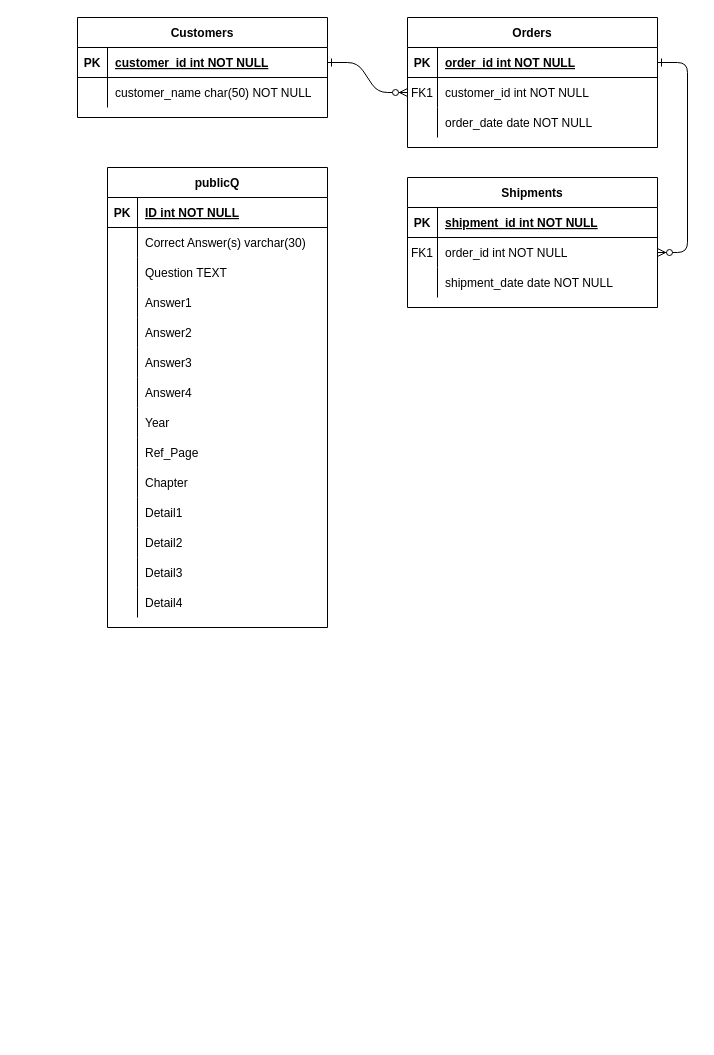
The draw.io diagram model/NahootDB_ER_model.drawio in luckypig3400/Medical_Information_Manager_License_Past_Quiz, before the edit. Source tidied: cells renumbered, new cells numbered last; positions are measured from the earlier drawing's top-left corner, leaving out a move shared by most shapes. Both pictures are drawn from the tidied source at 100%, with x=0, y=0 at pixel (77, 17).
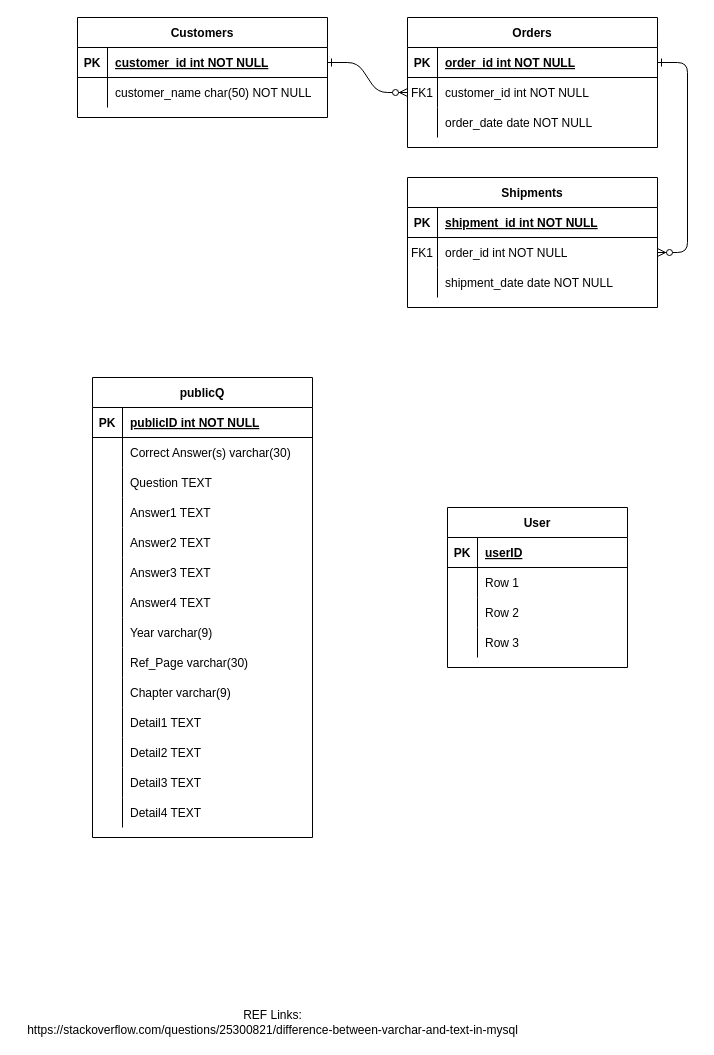
Above is the later version.

Commit message:
Update ER model publicQ table

The change refers to these unchanged cells:
```xml
<mxCell id="32" style="shape=partialRectangle;fillColor=none;top=0;left=0;bottom=1;right=0;" parent="31" vertex="1">
  <mxGeometry y="30" width="220" height="30" as="geometry" />
</mxCell>
<mxCell id="41" style="shape=partialRectangle;fillColor=none;top=0;left=0;bottom=0;right=0;" parent="31" vertex="1">
  <mxGeometry y="120" width="220" height="30" as="geometry" />
</mxCell>
<mxCell id="44" style="shape=partialRectangle;fillColor=none;top=0;left=0;bottom=0;right=0;" parent="31" vertex="1">
  <mxGeometry y="150" width="220" height="30" as="geometry" />
</mxCell>
<mxCell id="47" style="shape=partialRectangle;fillColor=none;top=0;left=0;bottom=0;right=0;" parent="31" vertex="1">
  <mxGeometry y="180" width="220" height="30" as="geometry" />
</mxCell>
<mxCell id="50" style="shape=partialRectangle;fillColor=none;top=0;left=0;bottom=0;right=0;" parent="31" vertex="1">
  <mxGeometry y="210" width="220" height="30" as="geometry" />
</mxCell>
<mxCell id="53" style="shape=partialRectangle;fillColor=none;top=0;left=0;bottom=0;right=0;" parent="31" vertex="1">
  <mxGeometry y="240" width="220" height="30" as="geometry" />
</mxCell>
<mxCell id="56" style="shape=partialRectangle;fillColor=none;top=0;left=0;bottom=0;right=0;" parent="31" vertex="1">
  <mxGeometry y="270" width="220" height="30" as="geometry" />
</mxCell>
<mxCell id="59" style="shape=partialRectangle;fillColor=none;top=0;left=0;bottom=0;right=0;" parent="31" vertex="1">
  <mxGeometry y="300" width="220" height="30" as="geometry" />
</mxCell>
<mxCell id="62" style="shape=partialRectangle;fillColor=none;top=0;left=0;bottom=0;right=0;" parent="31" vertex="1">
  <mxGeometry y="330" width="220" height="30" as="geometry" />
</mxCell>
<mxCell id="65" style="shape=partialRectangle;fillColor=none;top=0;left=0;bottom=0;right=0;" parent="31" vertex="1">
  <mxGeometry y="360" width="220" height="30" as="geometry" />
</mxCell>
<mxCell id="68" style="shape=partialRectangle;fillColor=none;top=0;left=0;bottom=0;right=0;" parent="31" vertex="1">
  <mxGeometry y="390" width="220" height="30" as="geometry" />
</mxCell>
<mxCell id="71" style="shape=partialRectangle;fillColor=none;top=0;left=0;bottom=0;right=0;" parent="31" vertex="1">
  <mxGeometry y="420" width="220" height="30" as="geometry" />
</mxCell>
```

Diff of the diagram source:
```diff
@@
     <mxCell id="31" value="publicQ" style="shape=table;startSize=30;childLayout=tableLayout;rowLines=0;fontStyle=1;align=center;" parent="1" vertex="1">
-      <mxGeometry x="30" y="150" width="220" height="460" as="geometry" />
+      <mxGeometry x="15" y="360" width="220" height="460" as="geometry" />
     </mxCell>
@@
-    <mxCell id="34" value="ID int NOT NULL" style="shape=partialRectangle;fillColor=none;top=0;left=0;bottom=0;right=0;align=left;spacingLeft=6;fontStyle=5;overflow=hidden;" parent="32" vertex="1">
+    <mxCell id="34" value="publicID int NOT NULL" style="shape=partialRectangle;fillColor=none;top=0;left=0;bottom=0;right=0;align=left;spacingLeft=6;fontStyle=5;overflow=hidden;" parent="32" vertex="1">
       <mxGeometry x="30" width="190" height="30" as="geometry" />
     </mxCell>
@@
-    <mxCell id="43" value="Answer1" style="shape=partialRectangle;fillColor=none;top=0;left=0;bottom=0;right=0;align=left;spacingLeft=6;overflow=hidden;" parent="41" vertex="1">
+    <mxCell id="43" value="Answer1 TEXT" style="shape=partialRectangle;fillColor=none;top=0;left=0;bottom=0;right=0;align=left;spacingLeft=6;overflow=hidden;" parent="41" vertex="1">
       <mxGeometry x="30" width="190" height="30" as="geometry" />
     </mxCell>
@@
-    <mxCell id="46" value="Answer2" style="shape=partialRectangle;fillColor=none;top=0;left=0;bottom=0;right=0;align=left;spacingLeft=6;overflow=hidden;" parent="44" vertex="1">
+    <mxCell id="46" value="Answer2 TEXT" style="shape=partialRectangle;fillColor=none;top=0;left=0;bottom=0;right=0;align=left;spacingLeft=6;overflow=hidden;" parent="44" vertex="1">
       <mxGeometry x="30" width="190" height="30" as="geometry" />
     </mxCell>
@@
-    <mxCell id="49" value="Answer3" style="shape=partialRectangle;fillColor=none;top=0;left=0;bottom=0;right=0;align=left;spacingLeft=6;overflow=hidden;" parent="47" vertex="1">
+    <mxCell id="49" value="Answer3 TEXT" style="shape=partialRectangle;fillColor=none;top=0;left=0;bottom=0;right=0;align=left;spacingLeft=6;overflow=hidden;" parent="47" vertex="1">
       <mxGeometry x="30" width="190" height="30" as="geometry" />
     </mxCell>
@@
-    <mxCell id="52" value="Answer4" style="shape=partialRectangle;fillColor=none;top=0;left=0;bottom=0;right=0;align=left;spacingLeft=6;overflow=hidden;" parent="50" vertex="1">
+    <mxCell id="52" value="Answer4 TEXT" style="shape=partialRectangle;fillColor=none;top=0;left=0;bottom=0;right=0;align=left;spacingLeft=6;overflow=hidden;" parent="50" vertex="1">
       <mxGeometry x="30" width="190" height="30" as="geometry" />
     </mxCell>
@@
-    <mxCell id="55" value="Year" style="shape=partialRectangle;fillColor=none;top=0;left=0;bottom=0;right=0;align=left;spacingLeft=6;overflow=hidden;" parent="53" vertex="1">
+    <mxCell id="55" value="Year varchar(9)" style="shape=partialRectangle;fillColor=none;top=0;left=0;bottom=0;right=0;align=left;spacingLeft=6;overflow=hidden;" parent="53" vertex="1">
       <mxGeometry x="30" width="190" height="30" as="geometry" />
     </mxCell>
@@
-    <mxCell id="58" value="Ref_Page" style="shape=partialRectangle;fillColor=none;top=0;left=0;bottom=0;right=0;align=left;spacingLeft=6;overflow=hidden;" parent="56" vertex="1">
+    <mxCell id="58" value="Ref_Page varchar(30)" style="shape=partialRectangle;fillColor=none;top=0;left=0;bottom=0;right=0;align=left;spacingLeft=6;overflow=hidden;" parent="56" vertex="1">
       <mxGeometry x="30" width="190" height="30" as="geometry" />
     </mxCell>
@@
-    <mxCell id="61" value="Chapter" style="shape=partialRectangle;fillColor=none;top=0;left=0;bottom=0;right=0;align=left;spacingLeft=6;overflow=hidden;" parent="59" vertex="1">
+    <mxCell id="61" value="Chapter varchar(9)" style="shape=partialRectangle;fillColor=none;top=0;left=0;bottom=0;right=0;align=left;spacingLeft=6;overflow=hidden;" parent="59" vertex="1">
       <mxGeometry x="30" width="190" height="30" as="geometry" />
     </mxCell>
@@
-    <mxCell id="64" value="Detail1" style="shape=partialRectangle;fillColor=none;top=0;left=0;bottom=0;right=0;align=left;spacingLeft=6;overflow=hidden;" parent="62" vertex="1">
+    <mxCell id="64" value="Detail1 TEXT" style="shape=partialRectangle;fillColor=none;top=0;left=0;bottom=0;right=0;align=left;spacingLeft=6;overflow=hidden;" parent="62" vertex="1">
       <mxGeometry x="30" width="190" height="30" as="geometry" />
     </mxCell>
@@
-    <mxCell id="67" value="Detail2" style="shape=partialRectangle;fillColor=none;top=0;left=0;bottom=0;right=0;align=left;spacingLeft=6;overflow=hidden;" parent="65" vertex="1">
+    <mxCell id="67" value="Detail2 TEXT" style="shape=partialRectangle;fillColor=none;top=0;left=0;bottom=0;right=0;align=left;spacingLeft=6;overflow=hidden;" parent="65" vertex="1">
       <mxGeometry x="30" width="190" height="30" as="geometry" />
     </mxCell>
@@
-    <mxCell id="70" value="Detail3" style="shape=partialRectangle;fillColor=none;top=0;left=0;bottom=0;right=0;align=left;spacingLeft=6;overflow=hidden;" parent="68" vertex="1">
+    <mxCell id="70" value="Detail3 TEXT" style="shape=partialRectangle;fillColor=none;top=0;left=0;bottom=0;right=0;align=left;spacingLeft=6;overflow=hidden;" parent="68" vertex="1">
       <mxGeometry x="30" width="190" height="30" as="geometry" />
     </mxCell>
@@
-    <mxCell id="73" value="Detail4" style="shape=partialRectangle;fillColor=none;top=0;left=0;bottom=0;right=0;align=left;spacingLeft=6;overflow=hidden;" parent="71" vertex="1">
+    <mxCell id="73" value="Detail4 TEXT" style="shape=partialRectangle;fillColor=none;top=0;left=0;bottom=0;right=0;align=left;spacingLeft=6;overflow=hidden;" parent="71" vertex="1">
       <mxGeometry x="30" width="190" height="30" as="geometry" />
     </mxCell>
+    <mxCell id="74" value="User" style="shape=table;startSize=30;childLayout=tableLayout;rowLines=0;fontStyle=1;align=center;" parent="1" vertex="1">
+      <mxGeometry x="370" y="490" width="180" height="160" as="geometry" />
+    </mxCell>
+    <mxCell id="75" style="shape=partialRectangle;fillColor=none;top=0;left=0;bottom=1;right=0;" parent="74" vertex="1">
+      <mxGeometry y="30" width="180" height="30" as="geometry" />
+    </mxCell>
+    <mxCell id="76" value="PK" style="shape=partialRectangle;fillColor=none;top=0;left=0;bottom=0;right=0;fontStyle=1;overflow=hidden;" parent="75" vertex="1">
+      <mxGeometry width="30" height="30" as="geometry" />
+    </mxCell>
+    <mxCell id="77" value="userID" style="shape=partialRectangle;fillColor=none;top=0;left=0;bottom=0;right=0;align=left;spacingLeft=6;fontStyle=5;overflow=hidden;" parent="75" vertex="1">
+      <mxGeometry x="30" width="150" height="30" as="geometry" />
+    </mxCell>
+    <mxCell id="78" style="shape=partialRectangle;fillColor=none;top=0;left=0;bottom=0;right=0;" parent="74" vertex="1">
+      <mxGeometry y="60" width="180" height="30" as="geometry" />
+    </mxCell>
+    <mxCell id="79" style="shape=partialRectangle;fillColor=none;top=0;left=0;bottom=0;right=0;overflow=hidden;" parent="78" vertex="1">
+      <mxGeometry width="30" height="30" as="geometry" />
+    </mxCell>
+    <mxCell id="80" value="Row 1" style="shape=partialRectangle;fillColor=none;top=0;left=0;bottom=0;right=0;align=left;spacingLeft=6;overflow=hidden;" parent="78" vertex="1">
+      <mxGeometry x="30" width="150" height="30" as="geometry" />
+    </mxCell>
+    <mxCell id="81" style="shape=partialRectangle;fillColor=none;top=0;left=0;bottom=0;right=0;" parent="74" vertex="1">
+      <mxGeometry y="90" width="180" height="30" as="geometry" />
+    </mxCell>
+    <mxCell id="82" style="shape=partialRectangle;fillColor=none;top=0;left=0;bottom=0;right=0;overflow=hidden;" parent="81" vertex="1">
+      <mxGeometry width="30" height="30" as="geometry" />
+    </mxCell>
+    <mxCell id="83" value="Row 2" style="shape=partialRectangle;fillColor=none;top=0;left=0;bottom=0;right=0;align=left;spacingLeft=6;overflow=hidden;" parent="81" vertex="1">
+      <mxGeometry x="30" width="150" height="30" as="geometry" />
+    </mxCell>
+    <mxCell id="84" style="shape=partialRectangle;fillColor=none;top=0;left=0;bottom=0;right=0;" parent="74" vertex="1">
+      <mxGeometry y="120" width="180" height="30" as="geometry" />
+    </mxCell>
+    <mxCell id="85" style="shape=partialRectangle;fillColor=none;top=0;left=0;bottom=0;right=0;overflow=hidden;" parent="84" vertex="1">
+      <mxGeometry width="30" height="30" as="geometry" />
+    </mxCell>
+    <mxCell id="86" value="Row 3" style="shape=partialRectangle;fillColor=none;top=0;left=0;bottom=0;right=0;align=left;spacingLeft=6;overflow=hidden;" parent="84" vertex="1">
+      <mxGeometry x="30" width="150" height="30" as="geometry" />
+    </mxCell>
+    <mxCell id="87" value="REF Links:&lt;br&gt;https://stackoverflow.com/questions/25300821/difference-between-varchar-and-text-in-mysql" style="text;html=1;align=center;verticalAlign=middle;strokeColor=none;fillColor=none;" parent="1" vertex="1">
+      <mxGeometry x="-60" y="990" width="510" height="30" as="geometry" />
+    </mxCell>
```
